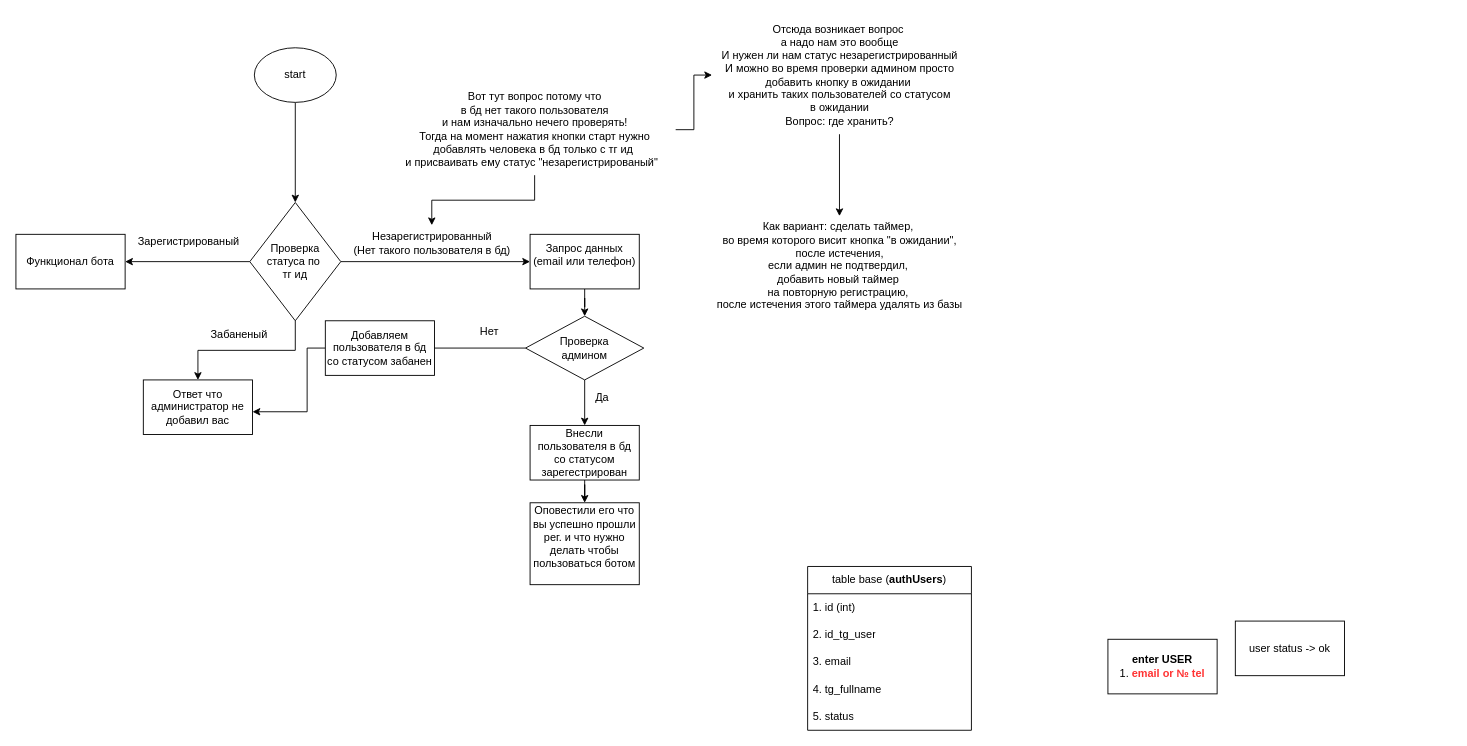
Earlier version of the draw.io diagram auth_op_bot.drawio (EvgeniiGud/draw). Source tidied: cells renumbered, new cells numbered last; positions are measured from the earlier drawing's top-left corner, leaving out a move shared by most shapes. Both pictures are drawn from the tidied source at 91%, with x=0, y=0 at pixel (15, 15).
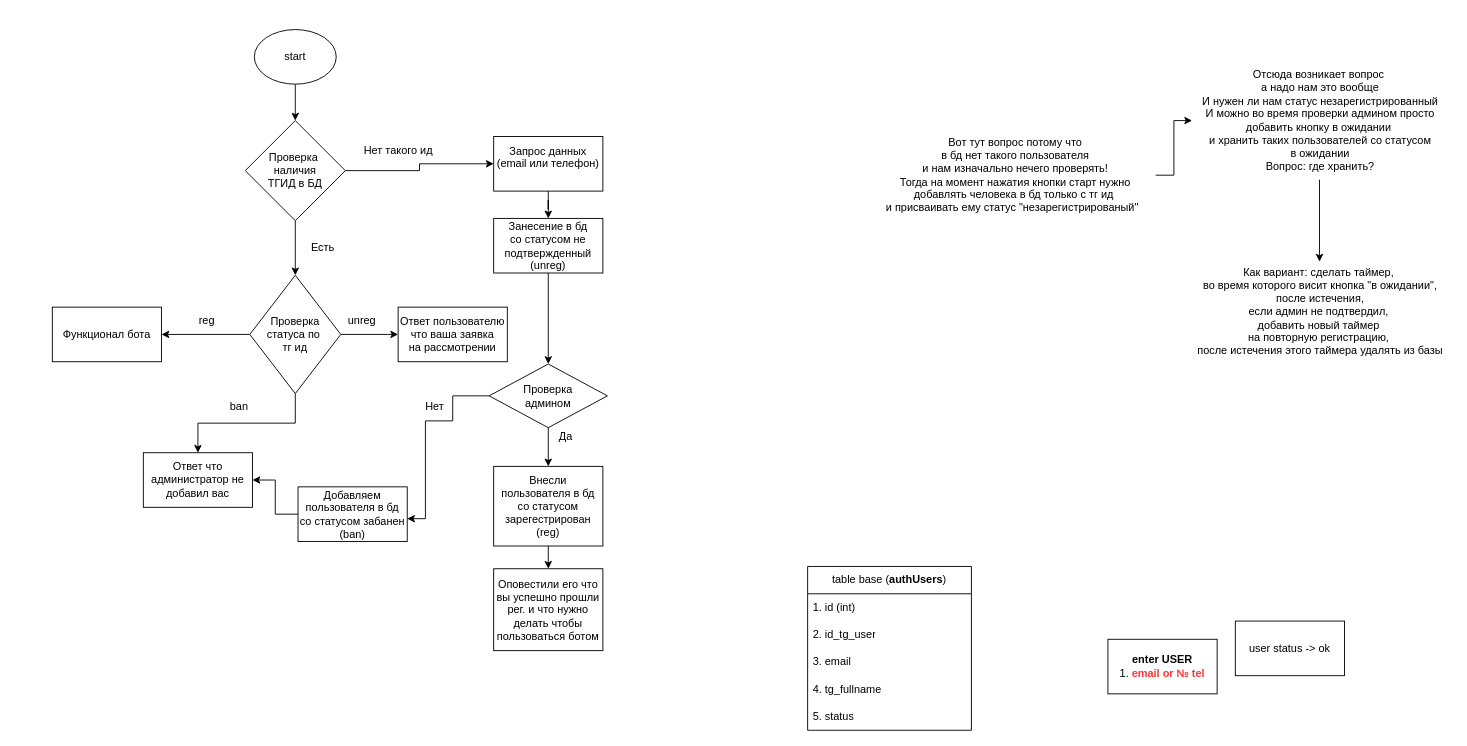
After the change.

What changed in the source:
```diff
@@
-    <mxCell id="2" style="edgeStyle=orthogonalEdgeStyle;rounded=0;jettySize=auto;html=1;" parent="1" edge="1" source="3" target="17">
-      <mxGeometry relative="1" as="geometry" />
-    </mxCell>
+    <mxCell id="41" style="edgeStyle=orthogonalEdgeStyle;rounded=0;jettySize=auto;html=1;" parent="1" edge="1" source="3" target="46">
+      <mxGeometry relative="1" as="geometry" />
+    </mxCell>
     <mxCell id="3" value="start" style="ellipse;whiteSpace=wrap;html=1;" parent="1" vertex="1">
-      <mxGeometry x="262" y="35" width="90" height="60" as="geometry" />
+      <mxGeometry x="262" y="15" width="90" height="60" as="geometry" />
     </mxCell>
@@
     <mxCell id="6" value="&lt;div&gt;Проверка&lt;/div&gt;&lt;div&gt;админом&lt;/div&gt;" style="rhombus;whiteSpace=wrap;html=1;" parent="1" vertex="1">
-      <mxGeometry x="560" y="330" width="130" height="70" as="geometry" />
+      <mxGeometry x="520" y="382.5" width="130" height="70" as="geometry" />
     </mxCell>
@@
-    <mxCell id="15" style="edgeStyle=orthogonalEdgeStyle;rounded=0;jettySize=auto;html=1;" parent="1" edge="1" source="17" target="22">
-      <mxGeometry relative="1" as="geometry" />
-    </mxCell>
@@
+    <mxCell id="42" style="edgeStyle=orthogonalEdgeStyle;rounded=0;jettySize=auto;html=1;" parent="1" edge="1" source="17" target="51">
+      <mxGeometry relative="1" as="geometry" />
+    </mxCell>
     <mxCell id="17" value="&lt;div&gt;&lt;br&gt;&lt;/div&gt;&lt;div&gt;Проверка статуса по&amp;nbsp;&lt;/div&gt;&lt;div&gt;тг ид&lt;br&gt;&lt;/div&gt;&lt;div&gt;&lt;br&gt;&lt;/div&gt;" style="rhombus;whiteSpace=wrap;html=1;" parent="1" vertex="1">
-      <mxGeometry x="257" y="205" width="100" height="130" as="geometry" />
+      <mxGeometry x="257" y="285" width="100" height="130" as="geometry" />
     </mxCell>
     <mxCell id="18" value="Функционал бота" style="whiteSpace=wrap;html=1;" parent="1" vertex="1">
-      <mxGeometry y="240" width="120" height="60" as="geometry" />
+      <mxGeometry x="40" y="320" width="120" height="60" as="geometry" />
     </mxCell>
-    <mxCell id="19" value="&lt;div&gt;Зарегистрированый&lt;/div&gt;&lt;div&gt;&lt;br&gt;&lt;/div&gt;" style="text;html=1;strokeColor=none;fillColor=none;align=center;verticalAlign=middle;whiteSpace=wrap;rounded=0;" parent="1" vertex="1">
-      <mxGeometry x="160" y="240" width="60" height="30" as="geometry" />
+    <mxCell id="19" value="&lt;div&gt;reg&lt;/div&gt;" style="text;html=1;strokeColor=none;fillColor=none;align=center;verticalAlign=middle;whiteSpace=wrap;rounded=0;" parent="1" vertex="1">
+      <mxGeometry x="180" y="320" width="60" height="30" as="geometry" />
     </mxCell>
-    <mxCell id="20" value="&lt;div&gt;Незарегистрированный&lt;/div&gt;&lt;div&gt;(Нет такого пользователя в бд)&lt;br&gt;&lt;/div&gt;" style="text;html=1;align=center;verticalAlign=middle;points=[];strokeColor=none;fillColor=none;" parent="1" vertex="1">
-      <mxGeometry x="357" y="230" width="200" height="40" as="geometry" />
-    </mxCell>
-    <mxCell id="21" style="edgeStyle=orthogonalEdgeStyle;rounded=0;jettySize=auto;html=1;" parent="1" edge="1" source="22" target="6">
-      <mxGeometry relative="1" as="geometry" />
-    </mxCell>
+    <mxCell id="43" style="edgeStyle=orthogonalEdgeStyle;rounded=0;jettySize=auto;html=1;" parent="1" edge="1" source="22" target="50">
+      <mxGeometry relative="1" as="geometry" />
+    </mxCell>
     <mxCell id="22" value="&lt;div&gt;Запрос данных&lt;/div&gt;&lt;div&gt;(email или телефон)&lt;/div&gt;&lt;div&gt;&lt;br&gt;&lt;/div&gt;" style="whiteSpace=wrap;html=1;" parent="1" vertex="1">
-      <mxGeometry x="565" y="240" width="120" height="60" as="geometry" />
+      <mxGeometry x="525" y="132.5" width="120" height="60" as="geometry" />
     </mxCell>
-    <mxCell id="23" style="edgeStyle=orthogonalEdgeStyle;rounded=0;jettySize=auto;html=1;" parent="1" edge="1" source="24" target="34">
-      <mxGeometry relative="1" as="geometry" />
+    <mxCell id="23" style="edgeStyle=orthogonalEdgeStyle;rounded=0;jettySize=auto;html=1;" parent="1" edge="1" source="24">
+      <mxGeometry relative="1" as="geometry">
+        <mxPoint x="585.1" y="607.5" as="targetPoint" />
+      </mxGeometry>
     </mxCell>
-    <mxCell id="24" value="&lt;div&gt;Внесли пользователя в бд со статусом&lt;/div&gt;&lt;div&gt;зарегестрирован&lt;br&gt;&lt;/div&gt;" style="whiteSpace=wrap;html=1;" parent="1" vertex="1">
-      <mxGeometry x="565" y="450" width="120" height="60" as="geometry" />
+    <mxCell id="24" value="&lt;div&gt;Внесли пользователя в бд со статусом&lt;/div&gt;&lt;div&gt;зарегестрирован&lt;/div&gt;&lt;div&gt;(reg)&lt;/div&gt;" style="whiteSpace=wrap;html=1;" parent="1" vertex="1">
+      <mxGeometry x="525" y="495" width="120" height="87.5" as="geometry" />
     </mxCell>
@@
     <mxCell id="27" value="Ответ что администратор не добавил вас" style="whiteSpace=wrap;html=1;" parent="1" vertex="1">
-      <mxGeometry x="140" y="400" width="120" height="60" as="geometry" />
+      <mxGeometry x="140" y="480" width="120" height="60" as="geometry" />
     </mxCell>
-    <mxCell id="28" value="&lt;div&gt;Забаненый&lt;/div&gt;" style="text;html=1;align=center;verticalAlign=middle;strokeColor=none;fillColor=none;" parent="1" vertex="1">
-      <mxGeometry x="200" y="335" width="90" height="30" as="geometry" />
+    <mxCell id="28" value="ban" style="text;html=1;align=center;verticalAlign=middle;strokeColor=none;fillColor=none;" parent="1" vertex="1">
+      <mxGeometry x="225" y="415" width="40" height="30" as="geometry" />
     </mxCell>
-    <mxCell id="29" style="edgeStyle=orthogonalEdgeStyle;rounded=0;jettySize=auto;html=1;exitX=0;exitY=0.5;exitDx=0;exitDy=0;entryX=1;entryY=0.583;entryDx=0;entryDy=0;entryPerimeter=0;" parent="1" edge="1" source="32" target="27">
-      <mxGeometry relative="1" as="geometry">
-        <Array as="points">
-          <mxPoint x="320" y="365" />
-          <mxPoint x="320" y="435" />
-        </Array>
-      </mxGeometry>
-    </mxCell>
     <mxCell id="30" value="Нет" style="text;html=1;align=center;verticalAlign=middle;strokeColor=none;fillColor=none;" parent="1" vertex="1">
-      <mxGeometry x="500" y="332" width="40" height="30" as="geometry" />
+      <mxGeometry x="440" y="415" width="40" height="30" as="geometry" />
     </mxCell>
     <mxCell id="31" style="edgeStyle=orthogonalEdgeStyle;rounded=0;jettySize=auto;html=1;exitX=0;exitY=0.5;exitDx=0;exitDy=0;entryX=1;entryY=0.583;entryDx=0;entryDy=0;entryPerimeter=0;" parent="1" edge="1" source="6" target="32">
       <mxGeometry relative="1" as="geometry">
         <Array as="points">
-          <mxPoint x="450" y="365" />
+          <mxPoint x="480" y="417" />
+          <mxPoint x="480" y="445" />
+          <mxPoint x="450" y="445" />
+          <mxPoint x="450" y="553" />
         </Array>
       </mxGeometry>
     </mxCell>
+    <mxCell id="29" style="edgeStyle=orthogonalEdgeStyle;rounded=0;jettySize=auto;html=1;" parent="1" edge="1" source="32" target="27">
+      <mxGeometry relative="1" as="geometry" />
+    </mxCell>
-    <mxCell id="32" value="&lt;div&gt;Добавляем пользователя в бд&lt;/div&gt;&lt;div&gt;со статусом забанен&lt;br&gt;&lt;/div&gt;" style="whiteSpace=wrap;html=1;" parent="1" vertex="1">
-      <mxGeometry x="340" y="335" width="120" height="60" as="geometry" />
+    <mxCell id="32" value="&lt;div&gt;Добавляем пользователя в бд&lt;/div&gt;&lt;div&gt;со статусом забанен&lt;/div&gt;&lt;div&gt;(ban)&lt;/div&gt;" style="whiteSpace=wrap;html=1;" parent="1" vertex="1">
+      <mxGeometry x="310" y="517.5" width="120" height="60" as="geometry" />
     </mxCell>
     <mxCell id="33" value="Да" style="text;html=1;align=center;verticalAlign=middle;strokeColor=none;fillColor=none;" parent="1" vertex="1">
-      <mxGeometry x="624" y="405" width="40" height="30" as="geometry" />
+      <mxGeometry x="584" y="447.5" width="40" height="30" as="geometry" />
     </mxCell>
-    <mxCell id="34" value="&lt;div&gt;Оповестили его что вы успешно прошли рег. и что нужно делать чтобы пользоваться ботом&lt;br&gt;&lt;/div&gt;&lt;div&gt;&lt;br&gt;&lt;/div&gt;" style="whiteSpace=wrap;html=1;" parent="1" vertex="1">
-      <mxGeometry x="565" y="535" width="120" height="90" as="geometry" />
+    <mxCell id="34" value="&lt;div&gt;Оповестили его что вы успешно прошли рег. и что нужно делать чтобы пользоваться ботом&lt;br&gt;&lt;/div&gt;" style="whiteSpace=wrap;html=1;" parent="1" vertex="1">
+      <mxGeometry x="525" y="607.5" width="120" height="90" as="geometry" />
     </mxCell>
-    <mxCell id="35" style="edgeStyle=orthogonalEdgeStyle;rounded=0;jettySize=auto;html=1;" parent="1" edge="1" source="37" target="20">
-      <mxGeometry relative="1" as="geometry" />
-    </mxCell>
@@
     <mxCell id="37" value="&lt;div&gt;Вот тут вопрос потому что&lt;/div&gt;&lt;div&gt;в бд нет такого пользователя&lt;/div&gt;&lt;div&gt;и нам изначально нечего проверять!&lt;/div&gt;&lt;div&gt;Тогда на момент нажатия кнопки старт нужно&lt;/div&gt;&lt;div&gt;добавлять человека в бд только с тг ид&amp;nbsp;&lt;/div&gt;&lt;div&gt;и присваивать ему статус &quot;незарегистрированый&quot;&lt;span style=&quot;background-color: initial;&quot;&gt;&amp;nbsp;&amp;nbsp;&lt;/span&gt;&lt;/div&gt;" style="text;html=1;align=center;verticalAlign=middle;points=[];strokeColor=none;fillColor=none;" parent="1" vertex="1">
-      <mxGeometry x="415" y="75" width="310" height="100" as="geometry" />
+      <mxGeometry x="942.5" y="125" width="310" height="100" as="geometry" />
     </mxCell>
@@
     <mxCell id="39" value="&lt;div&gt;Отсюда возникает вопрос&amp;nbsp;&lt;/div&gt;&lt;div&gt;а надо нам это вообще&lt;/div&gt;&lt;div&gt;И нужен ли нам статус незарегистрированный&lt;/div&gt;&lt;div&gt;И можно во время проверки админом просто &lt;br&gt;&lt;/div&gt;&lt;div&gt;добавить кнопку в ожидании&amp;nbsp;&lt;/div&gt;&lt;div&gt;и хранить таких пользователей со статусом &lt;br&gt;&lt;/div&gt;&lt;div&gt;в ожидании&lt;br&gt; &lt;/div&gt;&lt;div&gt;Вопрос: где хранить?&lt;/div&gt;" style="text;html=1;align=center;verticalAlign=middle;points=[];strokeColor=none;fillColor=none;" parent="1" vertex="1">
-      <mxGeometry x="765" width="280" height="130" as="geometry" />
+      <mxGeometry x="1292.5" y="50" width="280" height="130" as="geometry" />
     </mxCell>
     <mxCell id="40" value="&lt;div&gt;Как вариант: сделать таймер,&amp;nbsp;&lt;/div&gt;&lt;div&gt;во время которого висит кнопка &quot;в ожидании&quot;,&lt;/div&gt;&lt;div&gt;&amp;nbsp;после&amp;nbsp;&lt;span style=&quot;background-color: initial;&quot;&gt;истечения,&amp;nbsp;&lt;/span&gt;&lt;/div&gt;&lt;div&gt;&lt;span style=&quot;background-color: initial;&quot;&gt;если админ не подтвердил,&amp;nbsp;&lt;/span&gt;&lt;/div&gt;&lt;div&gt;добавить новый таймер&amp;nbsp;&lt;/div&gt;&lt;div&gt;на повторную регистрацию,&amp;nbsp;&lt;/div&gt;&lt;div&gt;после истечения этого таймера удалять из базы&lt;/div&gt;" style="text;html=1;align=center;verticalAlign=middle;points=[];strokeColor=none;fillColor=none;" parent="1" vertex="1">
-      <mxGeometry x="760" y="220" width="290" height="110" as="geometry" />
+      <mxGeometry x="1287.5" y="270" width="290" height="110" as="geometry" />
     </mxCell>
+    <mxCell id="44" style="edgeStyle=orthogonalEdgeStyle;rounded=0;jettySize=auto;html=1;" parent="1" edge="1" source="46" target="17">
+      <mxGeometry relative="1" as="geometry" />
+    </mxCell>
+    <mxCell id="45" style="edgeStyle=orthogonalEdgeStyle;rounded=0;jettySize=auto;html=1;" parent="1" edge="1" source="46" target="22">
+      <mxGeometry relative="1" as="geometry" />
+    </mxCell>
+    <mxCell id="46" value="&lt;div&gt;Проверка&amp;nbsp;&lt;/div&gt;&lt;div&gt;наличия&lt;/div&gt;&lt;div&gt;ТГИД в БД&lt;/div&gt;" style="rhombus;whiteSpace=wrap;html=1;" parent="1" vertex="1">
+      <mxGeometry x="252" y="115" width="110" height="110" as="geometry" />
+    </mxCell>
+    <mxCell id="47" value="&lt;div&gt;Есть&lt;/div&gt;" style="text;html=1;align=center;verticalAlign=middle;strokeColor=none;fillColor=none;" parent="1" vertex="1">
+      <mxGeometry x="312" y="240" width="50" height="30" as="geometry" />
+    </mxCell>
+    <mxCell id="48" value="&lt;div&gt;Нет такого ид&lt;/div&gt;" style="text;html=1;align=center;verticalAlign=middle;strokeColor=none;fillColor=none;" parent="1" vertex="1">
+      <mxGeometry x="370" y="132.5" width="100" height="30" as="geometry" />
+    </mxCell>
+    <mxCell id="49" style="edgeStyle=orthogonalEdgeStyle;rounded=0;jettySize=auto;html=1;" parent="1" edge="1" source="50" target="6">
+      <mxGeometry relative="1" as="geometry" />
+    </mxCell>
+    <mxCell id="50" value="&lt;div&gt;Занесение в бд&lt;/div&gt;&lt;div&gt;со статусом не подтвержденный&lt;/div&gt;&lt;div&gt;(unreg)&lt;/div&gt;" style="whiteSpace=wrap;html=1;" parent="1" vertex="1">
+      <mxGeometry x="525" y="222.5" width="120" height="60" as="geometry" />
+    </mxCell>
+    <mxCell id="51" value="&lt;div&gt;Ответ пользователю&lt;/div&gt;&lt;div&gt;что ваша заявка&lt;/div&gt;&lt;div&gt;на рассмотрении &lt;br&gt;&lt;/div&gt;" style="whiteSpace=wrap;html=1;" parent="1" vertex="1">
+      <mxGeometry x="420" y="320" width="120" height="60" as="geometry" />
+    </mxCell>
+    <mxCell id="52" value="unreg" style="text;html=1;align=center;verticalAlign=middle;strokeColor=none;fillColor=none;" parent="1" vertex="1">
+      <mxGeometry x="350" y="320" width="60" height="30" as="geometry" />
+    </mxCell>
```
